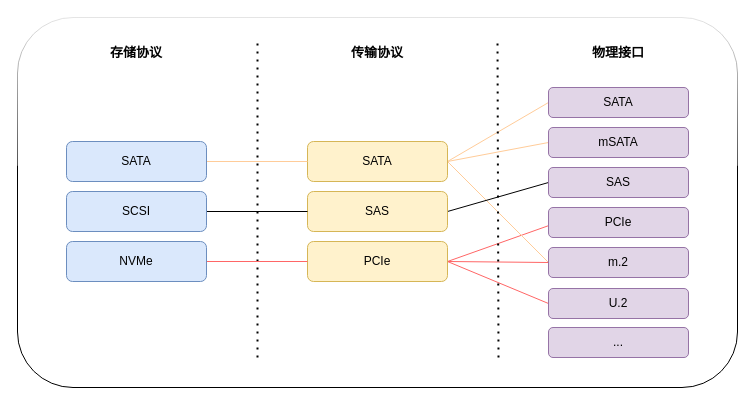
Above: page "存储接口与协议" (1 of 2) of storage.drawio in Aspiresky/draw.io (draw.io), before the change. Source tidied: cells renumbered, new cells numbered last; positions are measured from the earlier drawing's top-left corner, leaving out a move shared by most shapes. Both pictures are drawn from the tidied source at 100%, with x=0, y=0 at pixel (17, 17).
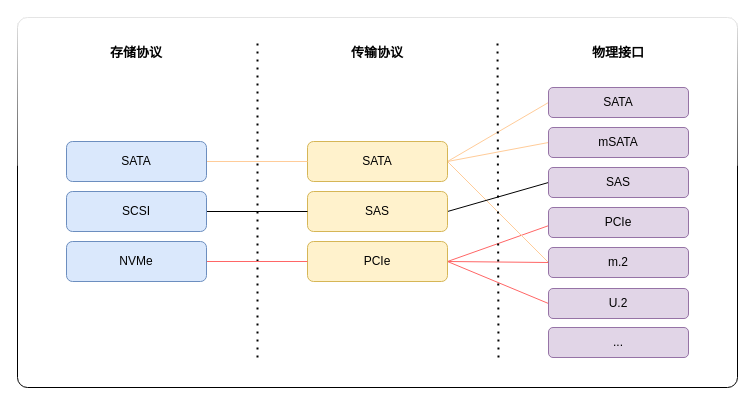
Above is the later version.

Change to the diagram source:
```diff
@@
-    <mxCell id="2" style="rounded=1;whiteSpace=wrap;html=1;shadow=0;glass=1;" parent="1" vertex="1">
+    <mxCell id="2" style="rounded=1;whiteSpace=wrap;html=1;shadow=0;glass=1;absoluteArcSize=1;" parent="1" vertex="1">
       <mxGeometry width="720" height="370" as="geometry" />
     </mxCell>
```
